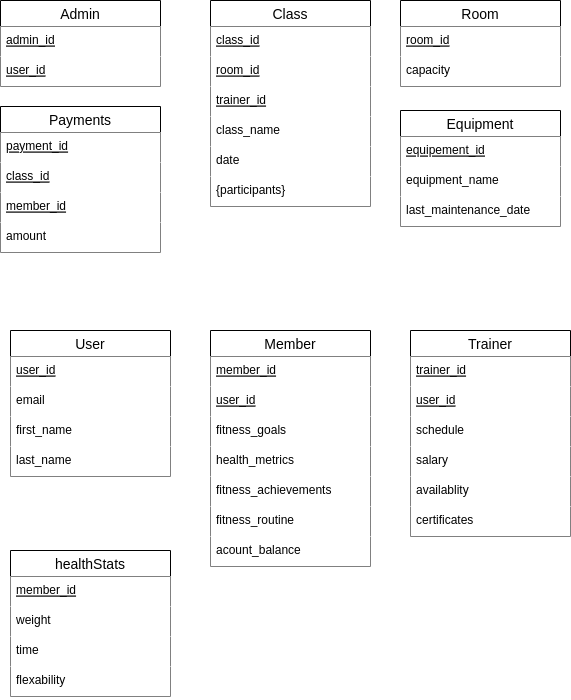
ArthurAtangana/club-management-system keeps this draw.io diagram as diagrams/er-model.png. Above is the earlier version. Source tidied: cells renumbered, new cells last; positions are measured from the earlier drawing's top-left corner, leaving out a move shared by most shapes.
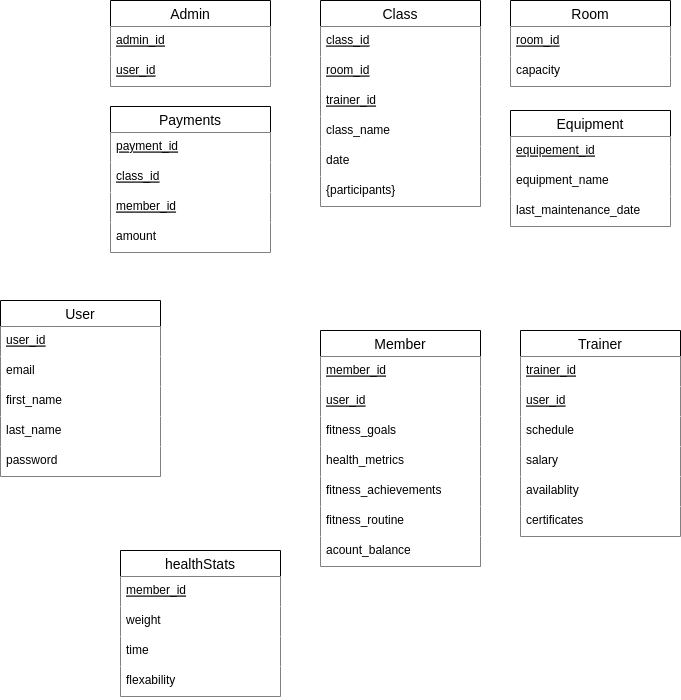
Above is the later version.

Diff of the diagram source:
```diff
@@ -69,7 +69,7 @@
       <mxGeometry y="86" width="160" height="30" as="geometry" />
     </mxCell>
     <mxCell id="24" value="User" style="swimlane;fontStyle=0;horizontal=1;startSize=26;align=center;fontSize=14;fillColor=default;" parent="1" vertex="1">
-      <mxGeometry x="10" y="330" width="160" height="146" as="geometry" />
+      <mxGeometry x="-110" y="300" width="160" height="176" as="geometry" />
     </mxCell>
     <mxCell id="25" value="user_id" style="text;strokeColor=none;fillColor=default;spacingLeft=4;spacingRight=4;overflow=hidden;fontSize=12;fontStyle=4;" parent="24" vertex="1">
       <mxGeometry y="26" width="160" height="30" as="geometry" />
@@ -83,6 +83,9 @@
     <mxCell id="28" value="last_name" style="text;strokeColor=none;fillColor=default;spacingLeft=4;spacingRight=4;overflow=hidden;fontSize=12;fontStyle=0;" parent="24" vertex="1">
       <mxGeometry y="116" width="160" height="30" as="geometry" />
     </mxCell>
+    <mxCell id="49" value="password" style="text;strokeColor=none;fillColor=default;spacingLeft=4;spacingRight=4;overflow=hidden;fontSize=12;fontStyle=0;" parent="24" vertex="1">
+      <mxGeometry y="146" width="160" height="30" as="geometry" />
+    </mxCell>
     <mxCell id="29" value="Member" style="swimlane;fontStyle=0;horizontal=1;startSize=26;align=center;fontSize=14;fillColor=default;" parent="1" vertex="1">
       <mxGeometry x="210" y="330" width="160" height="236" as="geometry" />
     </mxCell>
```
